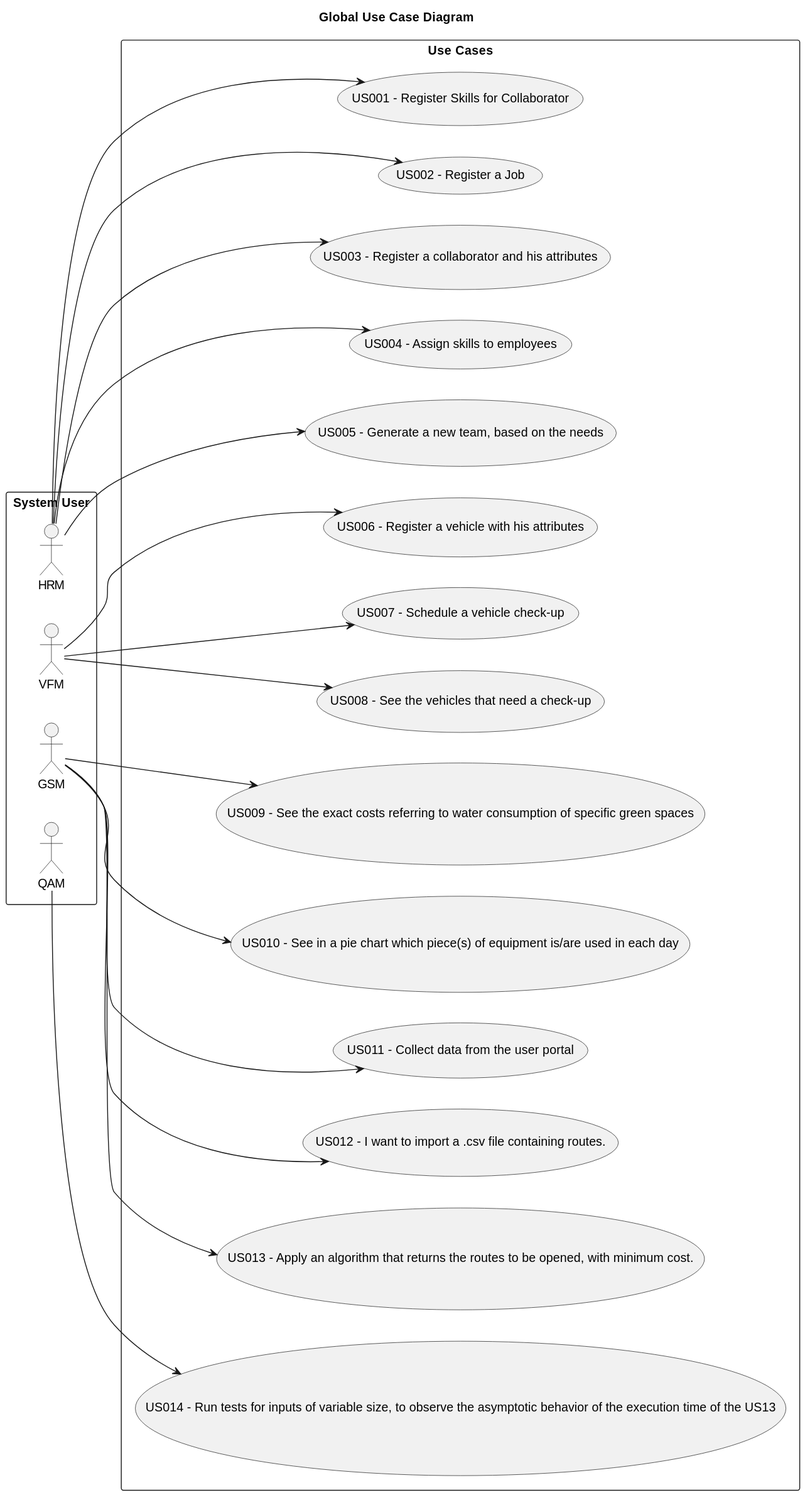
This is docs/sprintB/global-artifacts/01.requirements-engineering/svg/use-case-diagram.svg from ricardomm7/leaflink, a PlantUML export, as it was before one commit. Its diagram source:
```plantuml
@startuml
skinparam monochrome true
skinparam packageStyle rectangle
skinparam shadowing false

title Global Use Case Diagram

left to right direction

rectangle "System User" as actors {
    actor HRM
    actor VFM
    actor GSM
    actor QAM
}

rectangle "Use Cases" as usecases{
    usecase "US001 - Register Skills for Collaborator" as US001
    HRM --> US001
}

rectangle "Use Cases" as usecases{
    usecase "US002 - Register a Job" as US002
    HRM --> US002
}

rectangle "Use Cases" as usecases{
    usecase "US003 - Register a collaborator and his attributes" as US003
    HRM --> US003
}

rectangle "Use Cases" as usecases{
    usecase "US004 - Assign skills to employees" as US004
    HRM --> US004
}

rectangle "Use Cases" as usecases{
    usecase "US005 - Generate a new team, based on the needs" as US005
    HRM --> US005
}

rectangle "Use Cases" as usecases{
    usecase "US006 - Register a vehicle with his attributes" as US006
    VFM --> US006
}

rectangle "Use Cases" as usecases{
    usecase "US007 - Schedule a vehicle check-up" as US007
    VFM --> US007
}

rectangle "Use Cases" as usecases{
    usecase "US008 - See the vehicles that need a check-up" as US008
    VFM --> US008
}

rectangle "Use Cases" as usecases{
    usecase "US009 - See the exact costs referring to water consumption of specific green spaces" as US009
    GSM --> US009
}

rectangle "Use Cases" as usecases{
    usecase "US010 - See in a pie chart which piece(s) of equipment is/are used in each day" as US010
    GSM --> US010
}
rectangle "Use Cases" as usecases{
    usecase "US011 - Collect data from the user portal" as US011
    GSM --> US011
}
rectangle "Use Cases" as usecases{
    usecase "US012 - I want to import a .csv file containing routes." as US012
    GSM --> US012
}
rectangle "Use Cases" as usecases{
    usecase "US013 - Apply an algorithm that returns the routes to be opened, with minimum cost." as US013
    GSM --> US013
}
rectangle "Use Cases" as usecases{
    usecase "US014 - Run tests for inputs of variable size, to observe the asymptotic behavior of the execution time of the US13" as US014
    QAM --> US014
}
@enduml
```
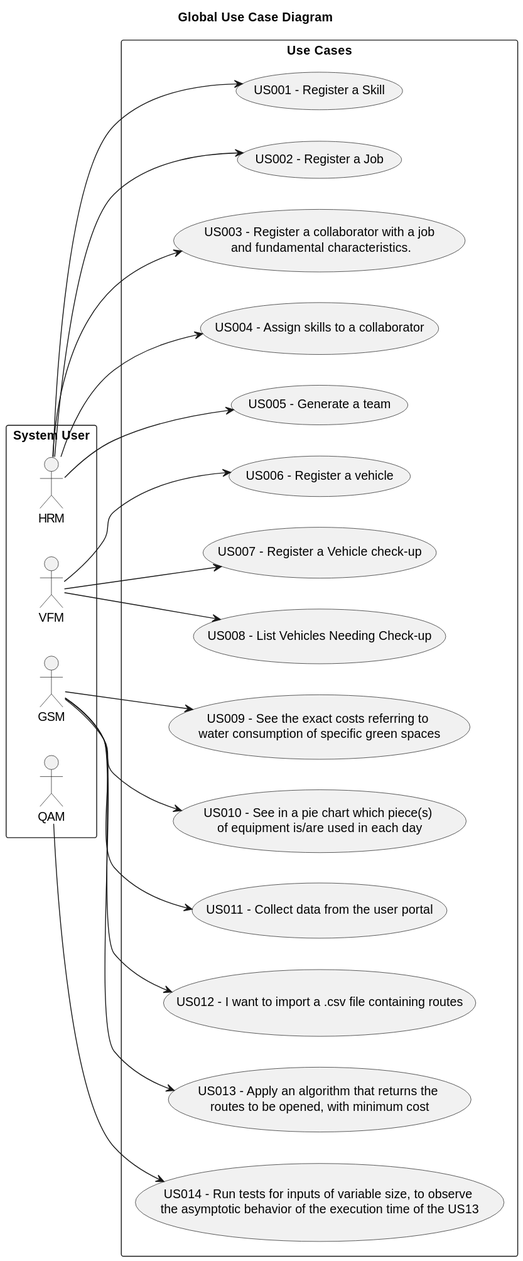
The same file after the commit.

What changed in the source:
```diff
@@ -15,7 +15,7 @@
 }
 
 rectangle "Use Cases" as usecases{
-    usecase "US001 - Register Skills for Collaborator" as US001
+    usecase "US001 - Register a Skill" as US001
     HRM --> US001
 }
 
@@ -25,42 +25,42 @@
 }
 
 rectangle "Use Cases" as usecases{
-    usecase "US003 - Register a collaborator and his attributes" as US003
+    usecase "US003 - Register a collaborator with a job\n and fundamental characteristics." as US003
     HRM --> US003
 }
 
 rectangle "Use Cases" as usecases{
-    usecase "US004 - Assign skills to employees" as US004
+    usecase "US004 - Assign skills to a collaborator" as US004
     HRM --> US004
 }
 
 rectangle "Use Cases" as usecases{
-    usecase "US005 - Generate a new team, based on the needs" as US005
+    usecase "US005 - Generate a team" as US005
     HRM --> US005
 }
 
 rectangle "Use Cases" as usecases{
-    usecase "US006 - Register a vehicle with his attributes" as US006
+    usecase "US006 - Register a vehicle" as US006
     VFM --> US006
 }
 
 rectangle "Use Cases" as usecases{
-    usecase "US007 - Schedule a vehicle check-up" as US007
+    usecase "US007 - Register a Vehicle check-up" as US007
     VFM --> US007
 }
 
 rectangle "Use Cases" as usecases{
-    usecase "US008 - See the vehicles that need a check-up" as US008
+    usecase "US008 - List Vehicles Needing Check-up" as US008
     VFM --> US008
 }
 
 rectangle "Use Cases" as usecases{
-    usecase "US009 - See the exact costs referring to water consumption of specific green spaces" as US009
+    usecase "US009 - See the exact costs referring to \nwater consumption of specific green spaces" as US009
     GSM --> US009
 }
 
 rectangle "Use Cases" as usecases{
-    usecase "US010 - See in a pie chart which piece(s) of equipment is/are used in each day" as US010
+    usecase "US010 - See in a pie chart which piece(s) \nof equipment is/are used in each day" as US010
     GSM --> US010
 }
 rectangle "Use Cases" as usecases{
@@ -68,15 +68,15 @@
     GSM --> US011
 }
 rectangle "Use Cases" as usecases{
-    usecase "US012 - I want to import a .csv file containing routes." as US012
+    usecase "US012 - I want to import a .csv file containing routes" as US012
     GSM --> US012
 }
 rectangle "Use Cases" as usecases{
-    usecase "US013 - Apply an algorithm that returns the routes to be opened, with minimum cost." as US013
+    usecase "US013 - Apply an algorithm that returns the \nroutes to be opened, with minimum cost" as US013
     GSM --> US013
 }
 rectangle "Use Cases" as usecases{
-    usecase "US014 - Run tests for inputs of variable size, to observe the asymptotic behavior of the execution time of the US13" as US014
+    usecase "US014 - Run tests for inputs of variable size, to observe \nthe asymptotic behavior of the execution time of the US13" as US014
     QAM --> US014
 }
 @enduml
```
